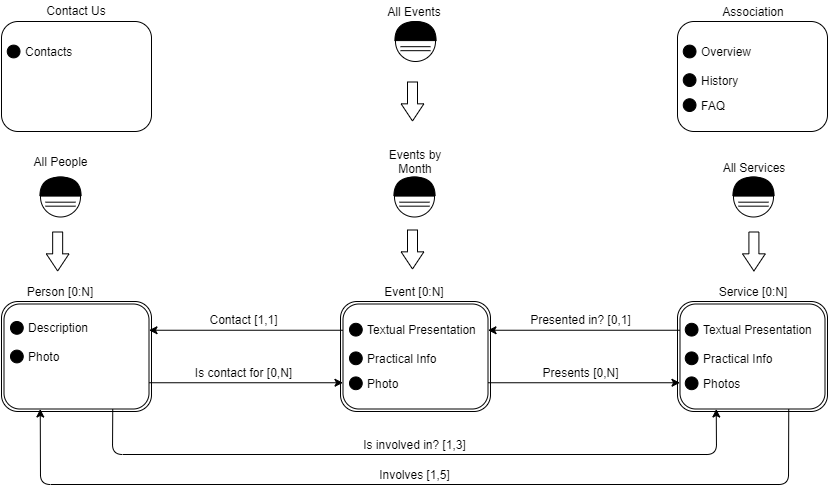
Earlier version of the draw.io export Design-Document/assets/L-IDM.png (alepas/hypermidia-project). Source tidied: cells renumbered, new cells last; positions are measured from the earlier drawing's top-left corner, leaving out a move shared by most shapes.
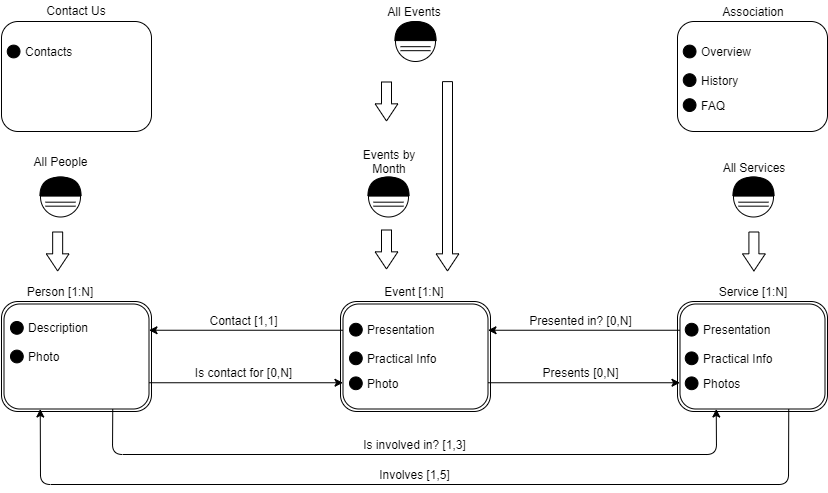
The same diagram one commit later.

The edit, as a diff of the source:
```diff
@@ -21,12 +21,12 @@
       <mxGeometry x="374" y="1" width="80" height="20" as="geometry" />
     </mxCell>
     <mxCell id="8" value="Events by Month" style="text;html=1;strokeColor=none;fillColor=none;align=center;verticalAlign=middle;whiteSpace=wrap;rounded=0;" parent="1" vertex="1">
-      <mxGeometry x="375" y="151" width="80" height="20" as="geometry" />
+      <mxGeometry x="349" y="151" width="80" height="20" as="geometry" />
     </mxCell>
     <mxCell id="9" style="rounded=1;whiteSpace=wrap;html=1;" parent="1" vertex="1">
       <mxGeometry x="340" y="301" width="150" height="110" as="geometry" />
     </mxCell>
-    <mxCell id="10" value="Event [0:N]" style="text;html=1;strokeColor=none;fillColor=none;align=center;verticalAlign=middle;whiteSpace=wrap;rounded=0;" parent="1" vertex="1">
+    <mxCell id="10" value="Event [1:N]" style="text;html=1;strokeColor=none;fillColor=none;align=center;verticalAlign=middle;whiteSpace=wrap;rounded=0;" parent="1" vertex="1">
       <mxGeometry x="353.8" y="281" width="120" height="20" as="geometry" />
     </mxCell>
     <mxCell id="11" style="rounded=1;whiteSpace=wrap;html=1;" parent="1" vertex="1">
@@ -34,14 +34,14 @@
     </mxCell>
     <mxCell id="12" style="shape=flexArrow;endArrow=classic;html=1;endWidth=11.764705882352942;endSize=5.3882352941176475;" parent="1" edge="1">
       <mxGeometry relative="1" as="geometry">
-        <mxPoint x="412" y="81" as="sourcePoint" />
-        <mxPoint x="412" y="121" as="targetPoint" />
+        <mxPoint x="386" y="81" as="sourcePoint" />
+        <mxPoint x="386" y="121" as="targetPoint" />
       </mxGeometry>
     </mxCell>
     <mxCell id="13" style="shape=flexArrow;endArrow=classic;html=1;endWidth=11.764705882352942;endSize=5.3882352941176475;" parent="1" edge="1">
       <mxGeometry relative="1" as="geometry">
-        <mxPoint x="412" y="229" as="sourcePoint" />
-        <mxPoint x="412" y="269" as="targetPoint" />
+        <mxPoint x="386" y="229" as="sourcePoint" />
+        <mxPoint x="386" y="269" as="targetPoint" />
       </mxGeometry>
     </mxCell>
     <mxCell id="14" value="Contact [1,1]" style="text;html=1;align=center;verticalAlign=middle;" parent="1" vertex="1">
@@ -50,7 +50,7 @@
     <mxCell id="15" style="rounded=1;whiteSpace=wrap;html=1;" parent="1" vertex="1">
       <mxGeometry x="1" y="301" width="150" height="110" as="geometry" />
     </mxCell>
-    <mxCell id="16" value="Person [0:N]" style="text;html=1;strokeColor=none;fillColor=none;align=center;verticalAlign=middle;whiteSpace=wrap;rounded=0;" parent="1" vertex="1">
+    <mxCell id="16" value="Person [1:N]" style="text;html=1;strokeColor=none;fillColor=none;align=center;verticalAlign=middle;whiteSpace=wrap;rounded=0;" parent="1" vertex="1">
       <mxGeometry y="281" width="120" height="20" as="geometry" />
     </mxCell>
     <mxCell id="17" style="rounded=1;whiteSpace=wrap;html=1;" parent="1" vertex="1">
@@ -68,7 +68,7 @@
     <mxCell id="21" style="rounded=1;whiteSpace=wrap;html=1;" parent="1" vertex="1">
       <mxGeometry x="677" y="301" width="150" height="110" as="geometry" />
     </mxCell>
-    <mxCell id="22" value="Service [0:N]" style="text;html=1;strokeColor=none;fillColor=none;align=center;verticalAlign=middle;whiteSpace=wrap;rounded=0;" parent="1" vertex="1">
+    <mxCell id="22" value="Service [1:N]" style="text;html=1;strokeColor=none;fillColor=none;align=center;verticalAlign=middle;whiteSpace=wrap;rounded=0;" parent="1" vertex="1">
       <mxGeometry x="693" y="281" width="120" height="20" as="geometry" />
     </mxCell>
     <mxCell id="23" style="rounded=1;whiteSpace=wrap;html=1;" parent="1" vertex="1">
@@ -83,7 +83,7 @@
     <mxCell id="26" style="endArrow=classic;html=1;exitX=0;exitY=0.25;exitDx=0;exitDy=0;entryX=1;entryY=0.25;entryDx=0;entryDy=0;" parent="1" edge="1" source="23" target="11">
       <mxGeometry relative="1" as="geometry" />
     </mxCell>
-    <mxCell id="27" value="Presented in? [0,1]" style="text;html=1;align=center;verticalAlign=middle;" parent="1" vertex="1">
+    <mxCell id="27" value="Presented in? [0,N]" style="text;html=1;align=center;verticalAlign=middle;" parent="1" vertex="1">
       <mxGeometry x="520" y="309.5" width="120" height="20" as="geometry" />
     </mxCell>
     <mxCell id="28" style="shape=flexArrow;endArrow=classic;html=1;endWidth=11.764705882352942;endSize=5.3882352941176475;" parent="1" edge="1">
@@ -171,7 +171,7 @@
     <mxCell id="47" style="ellipse;whiteSpace=wrap;html=1;fillColor=#000000;" parent="1" vertex="1">
       <mxGeometry x="684.8" y="322.8" width="12.8" height="12.8" as="geometry" />
     </mxCell>
-    <mxCell id="48" value="&lt;span class=&quot;fontstyle0&quot;&gt;Textual Presentation&lt;/span&gt; &lt;br&gt;" style="text;html=1;strokeColor=none;fillColor=none;align=left;verticalAlign=middle;whiteSpace=wrap;rounded=0;" parent="1" vertex="1">
+    <mxCell id="48" value="&lt;span class=&quot;fontstyle0&quot;&gt;Presentation&lt;/span&gt; " style="text;html=1;strokeColor=none;fillColor=none;align=left;verticalAlign=middle;whiteSpace=wrap;rounded=0;" parent="1" vertex="1">
       <mxGeometry x="701" y="319.2" width="122.2" height="20" as="geometry" />
     </mxCell>
     <mxCell id="49" value="Practical Info" style="text;html=1;strokeColor=none;fillColor=none;align=left;verticalAlign=middle;whiteSpace=wrap;rounded=0;" parent="1" vertex="1">
@@ -189,7 +189,7 @@
     <mxCell id="53" style="ellipse;whiteSpace=wrap;html=1;fillColor=#000000;" parent="1" vertex="1">
       <mxGeometry x="349" y="322.8" width="12.8" height="12.8" as="geometry" />
     </mxCell>
-    <mxCell id="54" value="&lt;span class=&quot;fontstyle0&quot;&gt;Textual Presentation&lt;/span&gt; &lt;br&gt;" style="text;html=1;strokeColor=none;fillColor=none;align=left;verticalAlign=middle;whiteSpace=wrap;rounded=0;" parent="1" vertex="1">
+    <mxCell id="54" value="&lt;span class=&quot;fontstyle0&quot;&gt;Presentation&lt;/span&gt; " style="text;html=1;strokeColor=none;fillColor=none;align=left;verticalAlign=middle;whiteSpace=wrap;rounded=0;" parent="1" vertex="1">
       <mxGeometry x="365.2" y="319.2" width="122.2" height="20" as="geometry" />
     </mxCell>
     <mxCell id="55" value="Practical Info" style="text;html=1;strokeColor=none;fillColor=none;align=left;verticalAlign=middle;whiteSpace=wrap;rounded=0;" parent="1" vertex="1">
@@ -232,16 +232,22 @@
       <mxGeometry x="23" y="41" width="122.2" height="20" as="geometry" />
     </mxCell>
     <mxCell id="68" style="ellipse;whiteSpace=wrap;html=1;" parent="1" vertex="1">
-      <mxGeometry x="394" y="176.5" width="40" height="40" as="geometry" />
+      <mxGeometry x="368" y="176.5" width="40" height="40" as="geometry" />
     </mxCell>
     <mxCell id="69" style="shape=or;whiteSpace=wrap;html=1;rotation=-90;fillColor=#000000;" parent="1" vertex="1">
-      <mxGeometry x="404.5" y="165.5" width="19" height="41.2" as="geometry" />
+      <mxGeometry x="378.5" y="165.5" width="19" height="41.2" as="geometry" />
     </mxCell>
     <mxCell id="70" style="shape=link;html=1;" parent="1" edge="1">
       <mxGeometry relative="1" as="geometry">
-        <mxPoint x="399" y="203.7" as="sourcePoint" />
-        <mxPoint x="429" y="203.7" as="targetPoint" />
+        <mxPoint x="373" y="203.7" as="sourcePoint" />
+        <mxPoint x="403" y="203.7" as="targetPoint" />
       </mxGeometry>
     </mxCell>
+    <mxCell id="71" style="shape=flexArrow;endArrow=classic;html=1;endWidth=11.764705882352942;endSize=5.3882352941176475;" parent="1" edge="1">
+      <mxGeometry relative="1" as="geometry">
+        <mxPoint x="447" y="80.6" as="sourcePoint" />
+        <mxPoint x="447" y="271" as="targetPoint" />
+      </mxGeometry>
+    </mxCell>
   </root>
 </mxGraphModel>
```
